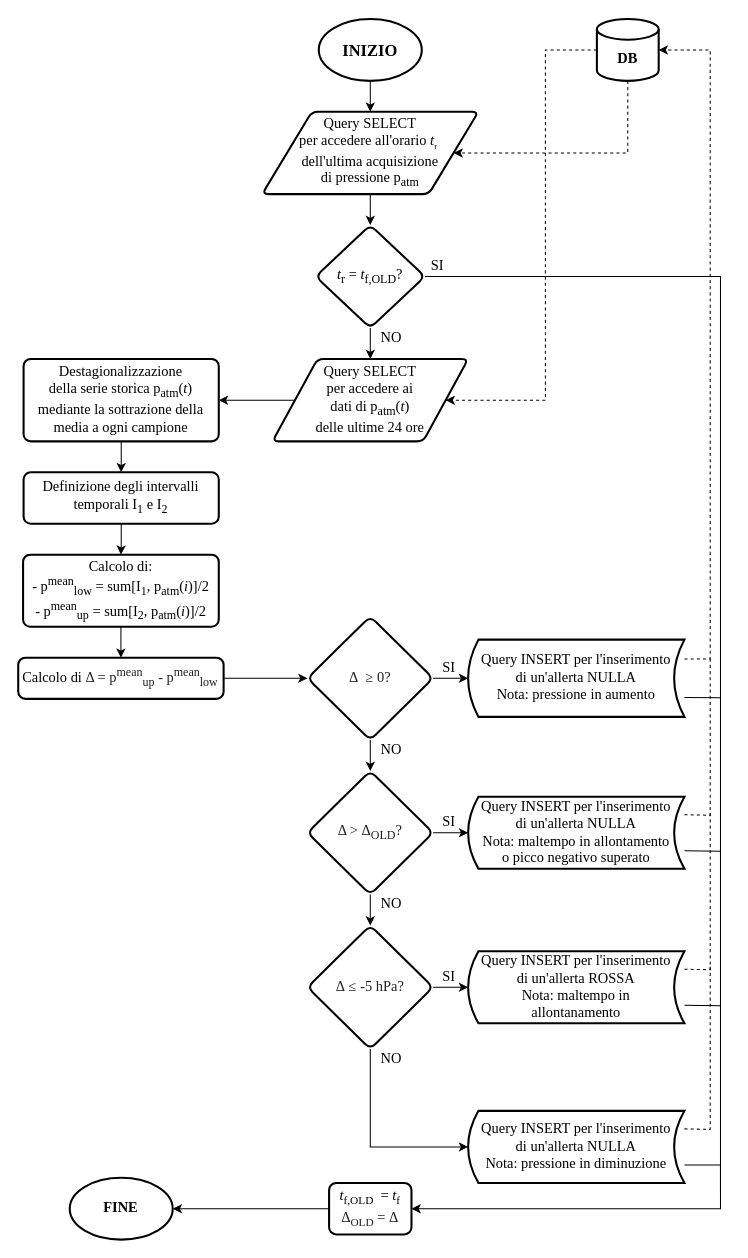
Before: Iterazioni/Documentazione/Iterazione 3/OtherFiles/FC - Generatore allerte BW.drawio in matteoverzeroli/LVSEmergency, a draw.io diagram. Source tidied: cells renumbered, new cells numbered last; positions are measured from the earlier drawing's top-left corner, leaving out a move shared by most shapes. Both pictures are drawn from the tidied source at 103%, with x=0, y=0 at pixel (18, 19).
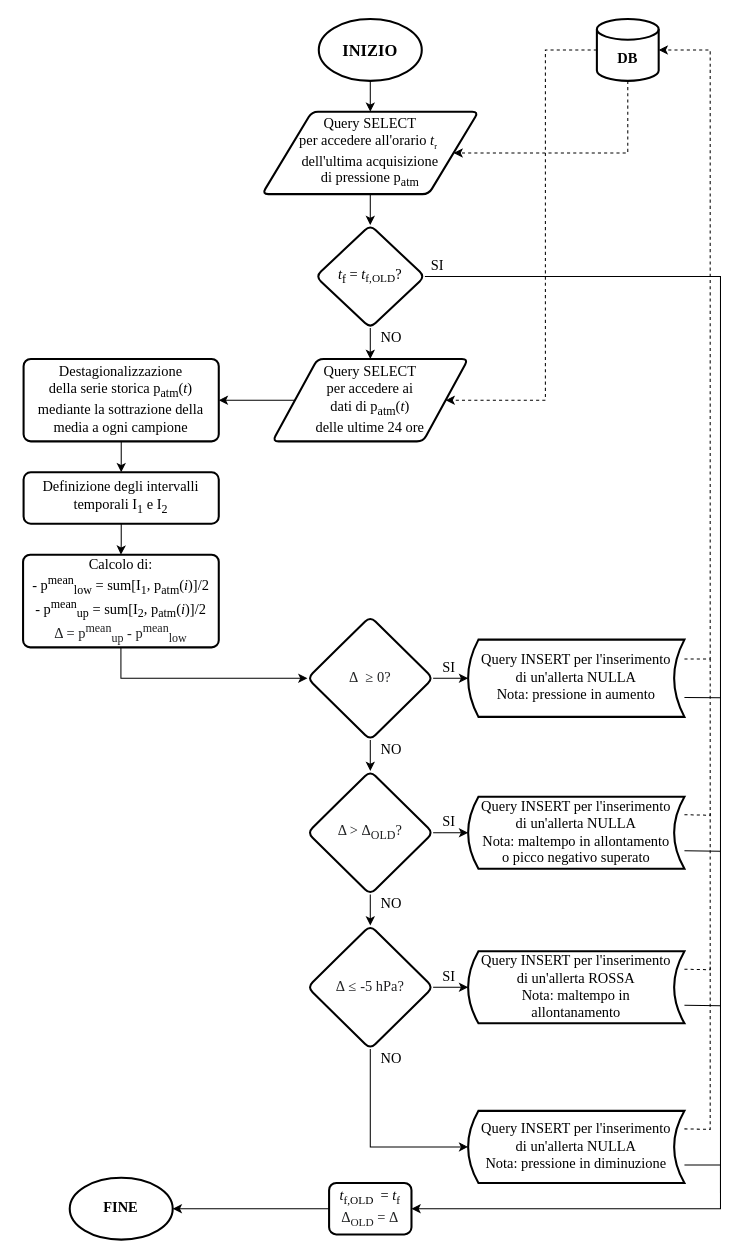
The same page after the edit.

Commit message (it also covers changes not shown here):
Documentazione algoritmo di generazione allerte BW

The change refers to these unchanged cells:
```xml
<mxCell id="35" value="&lt;font&gt;&lt;span style=&quot;color: rgb(32 , 33 , 34) ; text-align: left ; background-color: rgb(255 , 255 , 255)&quot;&gt;&lt;font style=&quot;font-size: 14px&quot;&gt;Δ&lt;/font&gt;&lt;span style=&quot;font-size: 14px&quot;&gt;&amp;nbsp;&amp;nbsp;&lt;/span&gt;&lt;/span&gt;&lt;span style=&quot;font-size: 14px ; color: rgb(32 , 33 , 36) ; text-align: left ; background-color: rgb(255 , 255 , 255)&quot;&gt;≥ 0?&lt;/span&gt;&lt;/font&gt;" style="rhombus;whiteSpace=wrap;html=1;fontSize=11;fontFamily=Times New Roman;rounded=1;arcSize=14;strokeWidth=2;align=center;" parent="1" vertex="1">
  <mxGeometry x="281" y="580" width="122" height="120" as="geometry" />
</mxCell>
```

What changed in the source:
```diff
@@
-    <mxCell id="10" value="&lt;font face=&quot;Times New Roman&quot;&gt;&lt;span style=&quot;font-size: 14px&quot;&gt;&lt;i&gt;t&lt;/i&gt;&lt;sub&gt;r&lt;/sub&gt;&amp;nbsp;= &lt;i&gt;t&lt;/i&gt;&lt;sub&gt;f,OLD&lt;/sub&gt;?&lt;/span&gt;&lt;/font&gt;" style="rhombus;whiteSpace=wrap;html=1;rounded=1;arcSize=14;strokeWidth=2;" parent="1" vertex="1">
+    <mxCell id="10" value="&lt;font face=&quot;Times New Roman&quot;&gt;&lt;span style=&quot;font-size: 14px&quot;&gt;&lt;i&gt;t&lt;/i&gt;&lt;sub&gt;f&lt;/sub&gt; = &lt;/span&gt;&lt;i style=&quot;font-size: 14px&quot;&gt;t&lt;/i&gt;&lt;sub&gt;&lt;font style=&quot;font-size: 11px&quot;&gt;f,OLD&lt;/font&gt;&lt;/sub&gt;&lt;span style=&quot;font-size: 14px&quot;&gt;?&lt;/span&gt;&lt;/font&gt;" style="rhombus;whiteSpace=wrap;html=1;rounded=1;arcSize=14;strokeWidth=2;" parent="1" vertex="1">
       <mxGeometry x="289" y="200" width="106" height="100" as="geometry" />
     </mxCell>
@@
-    <mxCell id="19" style="edgeStyle=orthogonalEdgeStyle;rounded=0;jettySize=auto;html=1;entryX=0.5;entryY=0;entryDx=0;entryDy=0;fontFamily=Times New Roman;fontSize=14;" parent="1" edge="1" source="20" target="22">
-      <mxGeometry relative="1" as="geometry" />
-    </mxCell>
+    <mxCell id="54" style="edgeStyle=orthogonalEdgeStyle;rounded=0;jettySize=auto;html=1;entryX=0;entryY=0.5;entryDx=0;entryDy=0;" parent="1" edge="1" source="20" target="35">
+      <mxGeometry relative="1" as="geometry">
+        <Array as="points">
+          <mxPoint x="100" y="640" />
+        </Array>
+      </mxGeometry>
+    </mxCell>
-    <mxCell id="20" value="Calcolo di:&lt;br&gt;- p&lt;sup&gt;mean&lt;/sup&gt;&lt;sub&gt;low&lt;/sub&gt;&amp;nbsp;= sum[I&lt;sub&gt;1&lt;/sub&gt;, p&lt;sub&gt;atm&lt;/sub&gt;(&lt;i&gt;i&lt;/i&gt;)]/2&lt;br&gt;- p&lt;sup&gt;mean&lt;/sup&gt;&lt;sub&gt;up&lt;/sub&gt;&amp;nbsp;= sum[I&lt;sub&gt;2&lt;/sub&gt;, p&lt;sub&gt;atm&lt;/sub&gt;(&lt;i&gt;i&lt;/i&gt;)]/2" style="rounded=1;whiteSpace=wrap;html=1;absoluteArcSize=1;arcSize=14;strokeWidth=2;fontFamily=Times New Roman;fontSize=14;" parent="1" vertex="1">
-      <mxGeometry x="4.9" y="520" width="190" height="70" as="geometry" />
+    <mxCell id="20" value="Calcolo di:&lt;br&gt;- p&lt;sup&gt;mean&lt;/sup&gt;&lt;sub&gt;low&lt;/sub&gt;&amp;nbsp;= sum[I&lt;sub&gt;1&lt;/sub&gt;, p&lt;sub&gt;atm&lt;/sub&gt;(&lt;i&gt;i&lt;/i&gt;)]/2&lt;br&gt;- p&lt;sup&gt;mean&lt;/sup&gt;&lt;sub&gt;up&lt;/sub&gt;&amp;nbsp;= sum[I&lt;sub&gt;2&lt;/sub&gt;, p&lt;sub&gt;atm&lt;/sub&gt;(&lt;i&gt;i&lt;/i&gt;)]/2&lt;br&gt;&lt;span style=&quot;color: rgb(32 , 33 , 34) ; text-align: left ; background-color: rgb(255 , 255 , 255)&quot;&gt;Δ = p&lt;/span&gt;&lt;sup style=&quot;color: rgb(32 , 33 , 34) ; text-align: left&quot;&gt;mean&lt;/sup&gt;&lt;sub style=&quot;color: rgb(32 , 33 , 34) ; text-align: left&quot;&gt;up&lt;/sub&gt;&lt;span style=&quot;color: rgb(32 , 33 , 34) ; text-align: left ; background-color: rgb(255 , 255 , 255)&quot;&gt;&amp;nbsp;- p&lt;/span&gt;&lt;sup style=&quot;color: rgb(32 , 33 , 34) ; text-align: left&quot;&gt;mean&lt;/sup&gt;&lt;sub style=&quot;color: rgb(32 , 33 , 34) ; text-align: left&quot;&gt;low&lt;/sub&gt;" style="rounded=1;whiteSpace=wrap;html=1;absoluteArcSize=1;arcSize=14;strokeWidth=2;fontFamily=Times New Roman;fontSize=14;" parent="1" vertex="1">
+      <mxGeometry x="4.9" y="520" width="190" height="90" as="geometry" />
     </mxCell>
-    <mxCell id="21" style="edgeStyle=orthogonalEdgeStyle;rounded=0;jettySize=auto;html=1;entryX=0;entryY=0.5;entryDx=0;entryDy=0;" parent="1" edge="1" source="22" target="35">
-      <mxGeometry relative="1" as="geometry" />
-    </mxCell>
-    <mxCell id="22" value="&lt;font&gt;&lt;font style=&quot;font-size: 14px&quot;&gt;Calcolo di&amp;nbsp;&lt;span style=&quot;color: rgb(32 , 33 , 34) ; text-align: left ; background-color: rgb(255 , 255 , 255)&quot;&gt;Δ = p&lt;sup&gt;mean&lt;/sup&gt;&lt;sub&gt;up&lt;/sub&gt;&amp;nbsp;- p&lt;sup&gt;mean&lt;/sup&gt;&lt;sub&gt;low&lt;/sub&gt;&lt;/span&gt;&lt;/font&gt;&lt;br&gt;&lt;/font&gt;" style="rounded=1;whiteSpace=wrap;html=1;absoluteArcSize=1;arcSize=14;strokeWidth=2;fontFamily=Times New Roman;fontSize=11;" parent="1" vertex="1">
-      <mxGeometry x="0.2" y="620" width="199.4" height="40" as="geometry" />
-    </mxCell>
```
